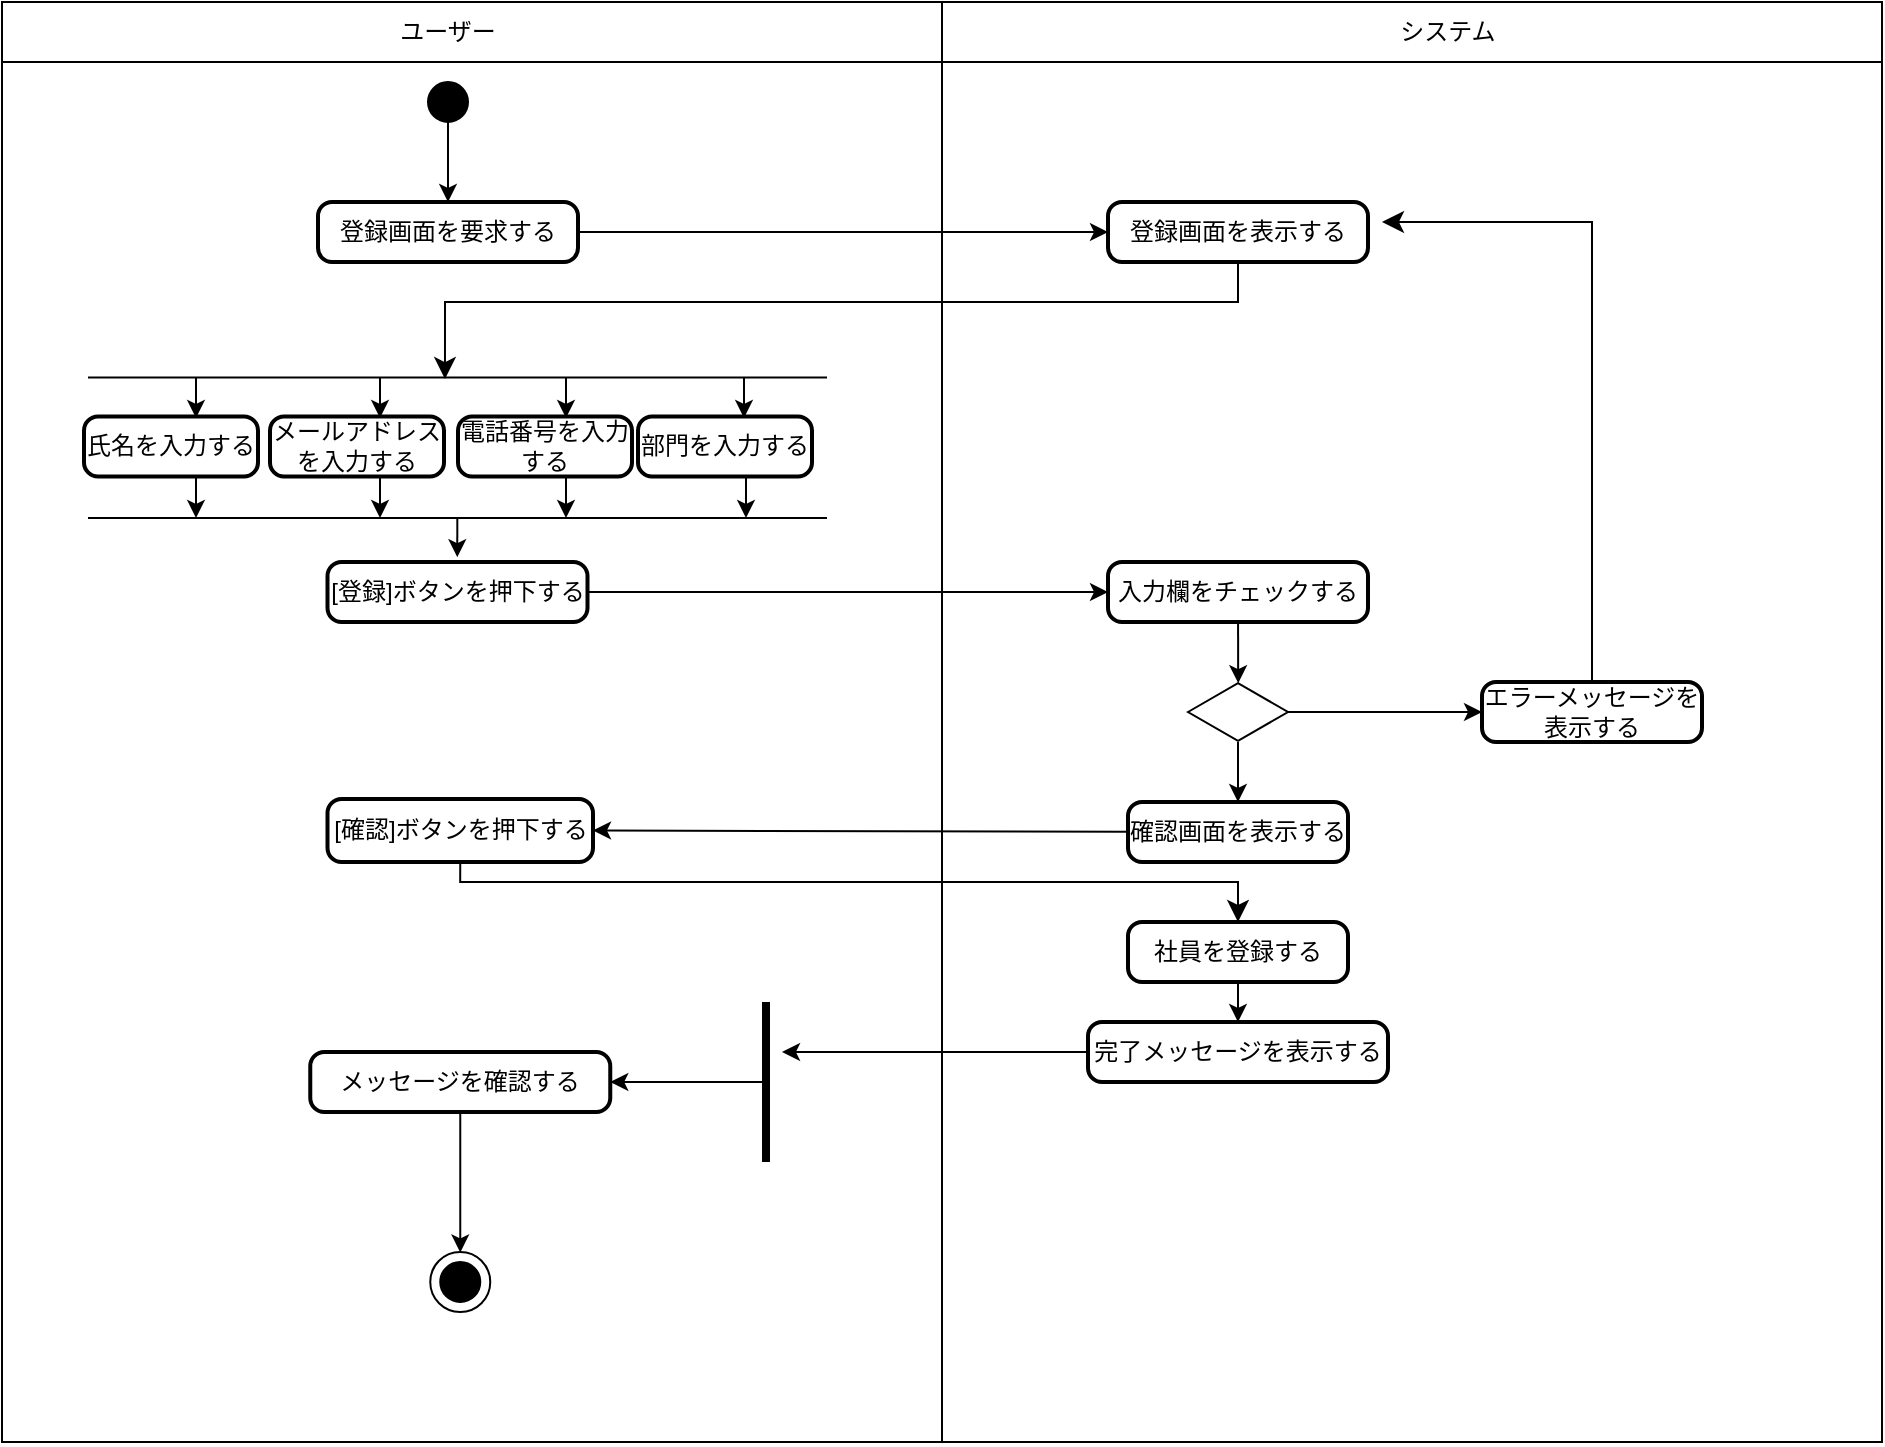
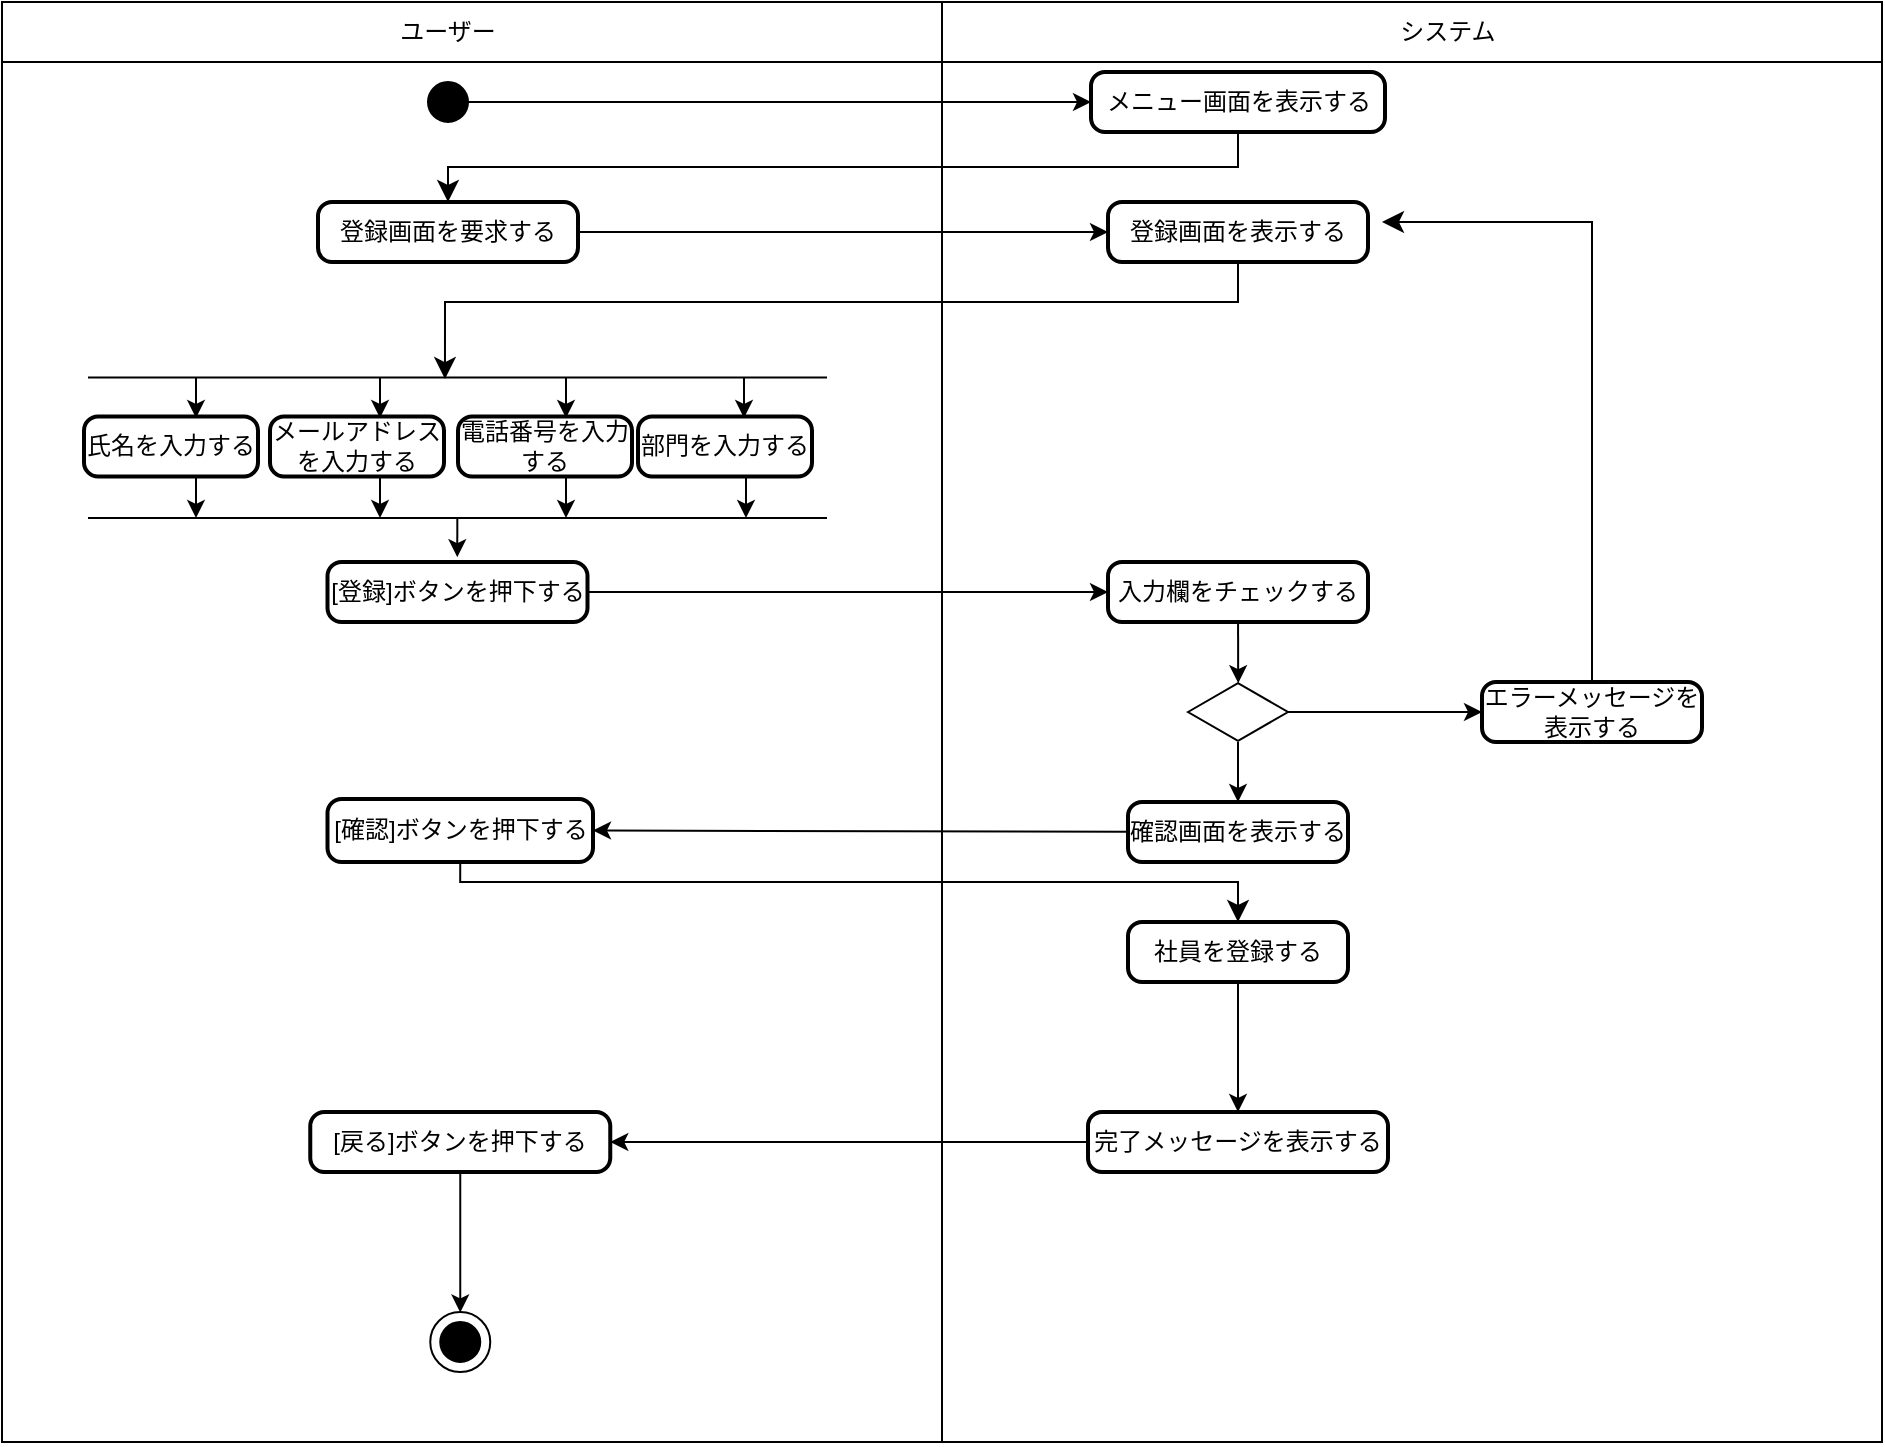
<mxfile host="65bd71144e">
    <diagram id="_1bGyNYO_4FTI1W7KcBl" name="ページ1">
-         <mxGraphModel dx="822" dy="1518" grid="1" gridSize="10" guides="1" tooltips="1" connect="1" arrows="1" fold="1" page="1" pageScale="1" pageWidth="827" pageHeight="1169" math="0" shadow="0">
+         <mxGraphModel dx="1476" dy="1693" grid="1" gridSize="10" guides="1" tooltips="1" connect="1" arrows="1" fold="1" page="1" pageScale="1" pageWidth="827" pageHeight="1169" math="0" shadow="0">
            <root>
                <mxCell id="0"/>
                <mxCell id="1" parent="0"/>
                <mxCell id="52" value="" style="swimlane;whiteSpace=wrap;html=1;startSize=30;" parent="1" vertex="1">
                    <mxGeometry x="70" y="-690" width="940" height="720" as="geometry"/>
                </mxCell>
                <mxCell id="53" value="ユーザー" style="text;html=1;align=center;verticalAlign=middle;whiteSpace=wrap;rounded=0;" parent="52" vertex="1">
                    <mxGeometry x="193" width="60" height="30" as="geometry"/>
                </mxCell>
                <mxCell id="54" value="システム" style="text;html=1;align=center;verticalAlign=middle;whiteSpace=wrap;rounded=0;" parent="52" vertex="1">
                    <mxGeometry x="693" width="60" height="30" as="geometry"/>
                </mxCell>
-                 <mxCell id="56" style="edgeStyle=none;html=1;exitX=0.5;exitY=1;exitDx=0;exitDy=0;exitPerimeter=0;entryX=0.5;entryY=0;entryDx=0;entryDy=0;" parent="52" source="57" target="59" edge="1">
+                 <mxCell id="56" style="edgeStyle=none;html=1;exitX=1;exitY=0.5;exitDx=0;exitDy=0;exitPerimeter=0;entryX=0;entryY=0.5;entryDx=0;entryDy=0;" parent="52" source="57" target="102" edge="1">
                    <mxGeometry relative="1" as="geometry"/>
                </mxCell>
                <mxCell id="57" value="" style="verticalLabelPosition=bottom;verticalAlign=top;html=1;shape=mxgraph.flowchart.on-page_reference;fillColor=#000000;" parent="52" vertex="1">
                    <mxGeometry x="213" y="40" width="20" height="20" as="geometry"/>
                </mxCell>
                <mxCell id="58" style="edgeStyle=none;html=1;entryX=0;entryY=0.5;entryDx=0;entryDy=0;" parent="52" source="59" target="60" edge="1">
                    <mxGeometry relative="1" as="geometry"/>
                </mxCell>
                <mxCell id="59" value="登録画面を要求する" style="rounded=1;whiteSpace=wrap;html=1;absoluteArcSize=1;arcSize=14;strokeWidth=2;" parent="52" vertex="1">
                    <mxGeometry x="158" y="100" width="130" height="30" as="geometry"/>
                </mxCell>
                <mxCell id="60" value="登録画面を表示する" style="rounded=1;whiteSpace=wrap;html=1;absoluteArcSize=1;arcSize=14;strokeWidth=2;" parent="52" vertex="1">
                    <mxGeometry x="553" y="100" width="130" height="30" as="geometry"/>
                </mxCell>
                <mxCell id="61" value="氏名を入力する" style="rounded=1;whiteSpace=wrap;html=1;absoluteArcSize=1;arcSize=14;strokeWidth=2;" parent="52" vertex="1">
                    <mxGeometry x="41" y="207.25" width="87" height="30" as="geometry"/>
                </mxCell>
                <mxCell id="62" value="部門を入力する" style="rounded=1;whiteSpace=wrap;html=1;absoluteArcSize=1;arcSize=14;strokeWidth=2;" parent="52" vertex="1">
                    <mxGeometry x="318" y="207.25" width="87" height="30" as="geometry"/>
                </mxCell>
                <mxCell id="63" value="電話番号を入力する" style="rounded=1;whiteSpace=wrap;html=1;absoluteArcSize=1;arcSize=14;strokeWidth=2;" parent="52" vertex="1">
                    <mxGeometry x="228" y="207.25" width="87" height="30" as="geometry"/>
                </mxCell>
                <mxCell id="64" value="メールアドレスを入力する" style="rounded=1;whiteSpace=wrap;html=1;absoluteArcSize=1;arcSize=14;strokeWidth=2;" parent="52" vertex="1">
                    <mxGeometry x="134" y="207.25" width="87" height="30" as="geometry"/>
                </mxCell>
                <mxCell id="66" value="" style="shape=partialRectangle;whiteSpace=wrap;html=1;bottom=0;top=0;fillColor=none;rotation=-90;" parent="52" vertex="1">
                    <mxGeometry x="192.66" y="38.6" width="70.19" height="368.5" as="geometry"/>
                </mxCell>
                <mxCell id="67" style="edgeStyle=none;html=1;entryX=0;entryY=0.5;entryDx=0;entryDy=0;" parent="52" source="68" target="69" edge="1">
                    <mxGeometry relative="1" as="geometry"/>
                </mxCell>
                <mxCell id="68" value="[登録]ボタンを押下する" style="rounded=1;whiteSpace=wrap;html=1;absoluteArcSize=1;arcSize=14;strokeWidth=2;" parent="52" vertex="1">
                    <mxGeometry x="162.75" y="280" width="130" height="30" as="geometry"/>
                </mxCell>
                <mxCell id="69" value="入力欄をチェックする" style="rounded=1;whiteSpace=wrap;html=1;absoluteArcSize=1;arcSize=14;strokeWidth=2;" parent="52" vertex="1">
                    <mxGeometry x="553" y="280" width="130" height="30" as="geometry"/>
                </mxCell>
                <mxCell id="70" value="エラーメッセージを表示する" style="rounded=1;whiteSpace=wrap;html=1;absoluteArcSize=1;arcSize=14;strokeWidth=2;" parent="52" vertex="1">
                    <mxGeometry x="740" y="340" width="110" height="30" as="geometry"/>
                </mxCell>
                <mxCell id="71" style="edgeStyle=none;html=1;entryX=1;entryY=0.5;entryDx=0;entryDy=0;" parent="52" source="72" target="73" edge="1">
                    <mxGeometry relative="1" as="geometry"/>
                </mxCell>
                <mxCell id="72" value="確認画面を表示する" style="rounded=1;whiteSpace=wrap;html=1;absoluteArcSize=1;arcSize=14;strokeWidth=2;" parent="52" vertex="1">
                    <mxGeometry x="563" y="400" width="110" height="30" as="geometry"/>
                </mxCell>
                <mxCell id="73" value="[確認]ボタンを押下する" style="rounded=1;whiteSpace=wrap;html=1;absoluteArcSize=1;arcSize=14;strokeWidth=2;" parent="52" vertex="1">
                    <mxGeometry x="162.75" y="398.5" width="132.75" height="31.5" as="geometry"/>
                </mxCell>
                <mxCell id="74" style="edgeStyle=none;html=1;exitX=0.5;exitY=1;exitDx=0;exitDy=0;entryX=0.5;entryY=0;entryDx=0;entryDy=0;" parent="52" source="75" target="77" edge="1">
                    <mxGeometry relative="1" as="geometry"/>
                </mxCell>
                <mxCell id="75" value="社員を登録する" style="rounded=1;whiteSpace=wrap;html=1;absoluteArcSize=1;arcSize=14;strokeWidth=2;" parent="52" vertex="1">
                    <mxGeometry x="563" y="460" width="110" height="30" as="geometry"/>
                </mxCell>
-                 <mxCell id="76" style="edgeStyle=none;html=1;" parent="52" source="77" edge="1">
-                     <mxGeometry relative="1" as="geometry">
-                         <mxPoint x="390" y="525" as="targetPoint"/>
-                     </mxGeometry>
-                 </mxCell>
                <mxCell id="77" value="完了メッセージを表示する" style="rounded=1;whiteSpace=wrap;html=1;absoluteArcSize=1;arcSize=14;strokeWidth=2;" parent="52" vertex="1">
-                     <mxGeometry x="543" y="510" width="150" height="30" as="geometry"/>
-                 </mxCell>
-                 <mxCell id="78" value="メッセージを確認する" style="rounded=1;whiteSpace=wrap;html=1;absoluteArcSize=1;arcSize=14;strokeWidth=2;" parent="52" vertex="1">
-                     <mxGeometry x="154.13" y="525" width="150" height="30" as="geometry"/>
+                     <mxGeometry x="543" y="555" width="150" height="30" as="geometry"/>
+                 </mxCell>
+                 <mxCell id="78" value="&lt;span style=&quot;color: rgb(0, 0, 0);&quot;&gt;[戻る]ボタンを押下する&lt;/span&gt;" style="rounded=1;whiteSpace=wrap;html=1;absoluteArcSize=1;arcSize=14;strokeWidth=2;" parent="52" vertex="1">
+                     <mxGeometry x="154.13" y="555" width="150" height="30" as="geometry"/>
                </mxCell>
                <mxCell id="79" style="edgeStyle=none;html=1;" parent="52" source="81" target="70" edge="1">
                    <mxGeometry relative="1" as="geometry"/>
                </mxCell>
                <mxCell id="80" style="edgeStyle=none;html=1;entryX=0.5;entryY=0;entryDx=0;entryDy=0;" parent="52" source="81" target="72" edge="1">
                    <mxGeometry relative="1" as="geometry"/>
                </mxCell>
                <mxCell id="81" value="" style="html=1;whiteSpace=wrap;aspect=fixed;shape=isoRectangle;" parent="52" vertex="1">
                    <mxGeometry x="593" y="340" width="50" height="30" as="geometry"/>
                </mxCell>
                <mxCell id="82" value="" style="edgeStyle=segmentEdgeStyle;endArrow=classic;html=1;curved=0;rounded=0;endSize=8;startSize=8;exitX=0.5;exitY=1;exitDx=0;exitDy=0;entryX=0.989;entryY=0.483;entryDx=0;entryDy=0;entryPerimeter=0;" parent="52" source="60" target="66" edge="1">
                    <mxGeometry width="50" height="50" relative="1" as="geometry">
                        <mxPoint x="420" y="200" as="sourcePoint"/>
                        <mxPoint x="470" y="150" as="targetPoint"/>
                        <Array as="points">
                            <mxPoint x="618" y="150"/>
                            <mxPoint x="222" y="150"/>
                        </Array>
                    </mxGeometry>
                </mxCell>
                <mxCell id="83" style="edgeStyle=none;html=1;entryX=0.499;entryY=-0.081;entryDx=0;entryDy=0;entryPerimeter=0;" parent="52" source="66" target="68" edge="1">
                    <mxGeometry relative="1" as="geometry"/>
                </mxCell>
                <mxCell id="84" style="edgeStyle=none;html=1;entryX=0.502;entryY=0.019;entryDx=0;entryDy=0;entryPerimeter=0;" parent="52" source="69" target="81" edge="1">
                    <mxGeometry relative="1" as="geometry"/>
                </mxCell>
                <mxCell id="85" value="" style="edgeStyle=segmentEdgeStyle;endArrow=classic;html=1;curved=0;rounded=0;endSize=8;startSize=8;exitX=0.5;exitY=1;exitDx=0;exitDy=0;entryX=0.5;entryY=0;entryDx=0;entryDy=0;" parent="52" source="73" target="75" edge="1">
                    <mxGeometry width="50" height="50" relative="1" as="geometry">
                        <mxPoint x="430" y="390" as="sourcePoint"/>
                        <mxPoint x="480" y="340" as="targetPoint"/>
                        <Array as="points">
                            <mxPoint x="229" y="440"/>
                            <mxPoint x="618" y="440"/>
                        </Array>
                    </mxGeometry>
                </mxCell>
-                 <mxCell id="86" style="edgeStyle=none;html=1;" parent="52" source="87" target="78" edge="1">
-                     <mxGeometry relative="1" as="geometry"/>
-                 </mxCell>
-                 <mxCell id="87" value="" style="line;strokeWidth=4;direction=south;html=1;perimeter=backbonePerimeter;points=[];outlineConnect=0;" parent="52" vertex="1">
-                     <mxGeometry x="380" y="500" width="4" height="80" as="geometry"/>
-                 </mxCell>
                <mxCell id="88" value="" style="ellipse;whiteSpace=wrap;html=1;aspect=fixed;" parent="52" vertex="1">
-                     <mxGeometry x="214.13" y="625" width="30" height="30" as="geometry"/>
+                     <mxGeometry x="214.13" y="655" width="30" height="30" as="geometry"/>
                </mxCell>
                <mxCell id="89" value="" style="verticalLabelPosition=bottom;verticalAlign=top;html=1;shape=mxgraph.flowchart.on-page_reference;fillColor=#000000;" parent="52" vertex="1">
-                     <mxGeometry x="219.13" y="630" width="20" height="20" as="geometry"/>
+                     <mxGeometry x="219.13" y="660" width="20" height="20" as="geometry"/>
                </mxCell>
                <mxCell id="90" style="edgeStyle=none;html=1;entryX=0.5;entryY=0.008;entryDx=0;entryDy=0;entryPerimeter=0;" parent="52" source="78" target="88" edge="1">
                    <mxGeometry relative="1" as="geometry"/>
+                 </mxCell>
+                 <mxCell id="102" value="メニュー画面を表示する" style="rounded=1;whiteSpace=wrap;html=1;absoluteArcSize=1;arcSize=14;strokeWidth=2;" vertex="1" parent="52">
+                     <mxGeometry x="544.5" y="35" width="147" height="30" as="geometry"/>
+                 </mxCell>
+                 <mxCell id="104" value="" style="edgeStyle=elbowEdgeStyle;elbow=vertical;endArrow=classic;html=1;curved=0;rounded=0;endSize=8;startSize=8;exitX=0.5;exitY=1;exitDx=0;exitDy=0;entryX=0.5;entryY=0;entryDx=0;entryDy=0;" edge="1" parent="52" source="102" target="59">
+                     <mxGeometry width="50" height="50" relative="1" as="geometry">
+                         <mxPoint x="410" y="210" as="sourcePoint"/>
+                         <mxPoint x="460" y="160" as="targetPoint"/>
+                     </mxGeometry>
+                 </mxCell>
+                 <mxCell id="107" style="edgeStyle=none;html=1;entryX=1;entryY=0.5;entryDx=0;entryDy=0;" edge="1" parent="52" target="78">
+                     <mxGeometry relative="1" as="geometry">
+                         <mxPoint x="543" y="570" as="sourcePoint"/>
+                     </mxGeometry>
                </mxCell>
                <mxCell id="91" value="" style="endArrow=none;html=1;entryX=0.5;entryY=0;entryDx=0;entryDy=0;exitX=0.5;exitY=1;exitDx=0;exitDy=0;" parent="1" source="52" target="52" edge="1">
                    <mxGeometry width="50" height="50" relative="1" as="geometry">
                        <mxPoint x="510" y="-220" as="sourcePoint"/>
                        <mxPoint x="560" y="-270" as="targetPoint"/>
                    </mxGeometry>
                </mxCell>
                <mxCell id="92" style="edgeStyle=none;html=1;exitX=0.5;exitY=1;exitDx=0;exitDy=0;exitPerimeter=0;" parent="1" edge="1">
                    <mxGeometry relative="1" as="geometry">
                        <mxPoint x="167" y="-502" as="sourcePoint"/>
                        <mxPoint x="167" y="-482" as="targetPoint"/>
                    </mxGeometry>
                </mxCell>
                <mxCell id="93" style="edgeStyle=none;html=1;exitX=0.5;exitY=1;exitDx=0;exitDy=0;exitPerimeter=0;" parent="1" edge="1">
                    <mxGeometry relative="1" as="geometry">
                        <mxPoint x="259" y="-502" as="sourcePoint"/>
                        <mxPoint x="259" y="-482" as="targetPoint"/>
                    </mxGeometry>
                </mxCell>
                <mxCell id="94" style="edgeStyle=none;html=1;exitX=0.5;exitY=1;exitDx=0;exitDy=0;exitPerimeter=0;" parent="1" edge="1">
                    <mxGeometry relative="1" as="geometry">
                        <mxPoint x="352" y="-502" as="sourcePoint"/>
                        <mxPoint x="352" y="-482" as="targetPoint"/>
                    </mxGeometry>
                </mxCell>
                <mxCell id="95" style="edgeStyle=none;html=1;exitX=0.5;exitY=1;exitDx=0;exitDy=0;exitPerimeter=0;" parent="1" edge="1">
                    <mxGeometry relative="1" as="geometry">
                        <mxPoint x="441" y="-502" as="sourcePoint"/>
                        <mxPoint x="441" y="-482" as="targetPoint"/>
                    </mxGeometry>
                </mxCell>
                <mxCell id="96" style="edgeStyle=none;html=1;exitX=0.5;exitY=1;exitDx=0;exitDy=0;exitPerimeter=0;" parent="1" edge="1">
                    <mxGeometry relative="1" as="geometry">
                        <mxPoint x="442" y="-452" as="sourcePoint"/>
                        <mxPoint x="442" y="-432" as="targetPoint"/>
                    </mxGeometry>
                </mxCell>
                <mxCell id="97" style="edgeStyle=none;html=1;exitX=0.5;exitY=1;exitDx=0;exitDy=0;exitPerimeter=0;" parent="1" edge="1">
                    <mxGeometry relative="1" as="geometry">
                        <mxPoint x="352" y="-452" as="sourcePoint"/>
                        <mxPoint x="352" y="-432" as="targetPoint"/>
                    </mxGeometry>
                </mxCell>
                <mxCell id="98" style="edgeStyle=none;html=1;exitX=0.5;exitY=1;exitDx=0;exitDy=0;exitPerimeter=0;" parent="1" edge="1">
                    <mxGeometry relative="1" as="geometry">
                        <mxPoint x="259" y="-452" as="sourcePoint"/>
                        <mxPoint x="259" y="-432" as="targetPoint"/>
                    </mxGeometry>
                </mxCell>
                <mxCell id="99" style="edgeStyle=none;html=1;exitX=0.5;exitY=1;exitDx=0;exitDy=0;exitPerimeter=0;" parent="1" edge="1">
                    <mxGeometry relative="1" as="geometry">
                        <mxPoint x="167" y="-452" as="sourcePoint"/>
                        <mxPoint x="167" y="-432" as="targetPoint"/>
                    </mxGeometry>
                </mxCell>
                <mxCell id="100" value="" style="edgeStyle=segmentEdgeStyle;endArrow=classic;html=1;curved=0;rounded=0;endSize=8;startSize=8;" parent="1" edge="1">
                    <mxGeometry width="50" height="50" relative="1" as="geometry">
                        <mxPoint x="865" y="-350" as="sourcePoint"/>
                        <mxPoint x="760" y="-580" as="targetPoint"/>
                        <Array as="points">
                            <mxPoint x="865" y="-580"/>
                        </Array>
                    </mxGeometry>
                </mxCell>
                <mxCell id="101" value="" style="line;strokeWidth=4;direction=south;html=1;perimeter=backbonePerimeter;points=[];outlineConnect=0;" parent="1" vertex="1">
                    <mxGeometry x="520" y="-190" height="80" as="geometry"/>
                </mxCell>
            </root>
        </mxGraphModel>
    </diagram>
</mxfile>